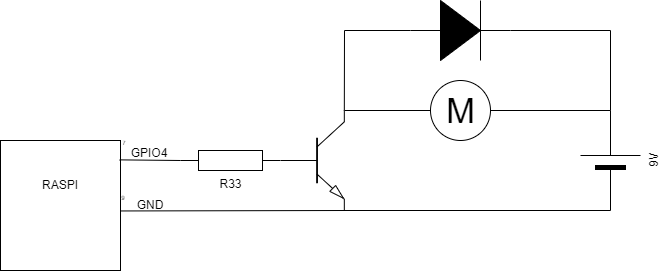
Before: Motor schaltung.drawio.png, a diagram exported from draw.io (luctrott/phy_Project1). Source tidied: cells renumbered, new cells last; positions are measured from the earlier drawing's top-left corner, leaving out a move shared by most shapes.
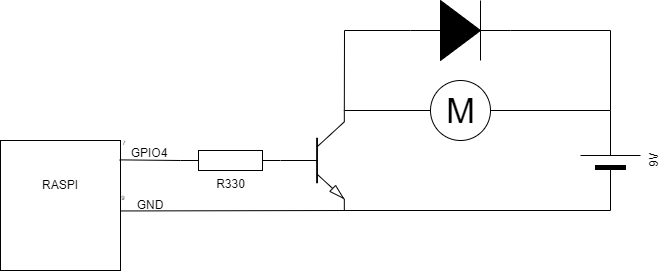
Above is the later version.

What changed in the source:
```diff
@@ -5,7 +5,7 @@
     <mxCell id="2" style="verticalLabelPosition=bottom;shadow=0;dashed=0;align=center;html=1;verticalAlign=top;shape=mxgraph.electrical.transistors.npn_transistor_5;" parent="1" vertex="1">
       <mxGeometry x="280" y="110" width="64" height="100" as="geometry" />
     </mxCell>
-    <mxCell id="3" value="R33" style="verticalLabelPosition=bottom;shadow=0;dashed=0;align=center;html=1;verticalAlign=top;shape=mxgraph.electrical.resistors.resistor_1;" parent="1" vertex="1">
+    <mxCell id="3" value="R330" style="verticalLabelPosition=bottom;shadow=0;dashed=0;align=center;html=1;verticalAlign=top;shape=mxgraph.electrical.resistors.resistor_1;" parent="1" vertex="1">
       <mxGeometry x="180" y="150" width="100" height="20" as="geometry" />
     </mxCell>
     <mxCell id="4" value="9V&lt;br&gt;" style="verticalLabelPosition=bottom;shadow=0;dashed=0;align=center;fillColor=strokeColor;html=1;verticalAlign=top;strokeWidth=1;shape=mxgraph.electrical.miscellaneous.monocell_battery;rotation=-90;" parent="1" vertex="1">
```
